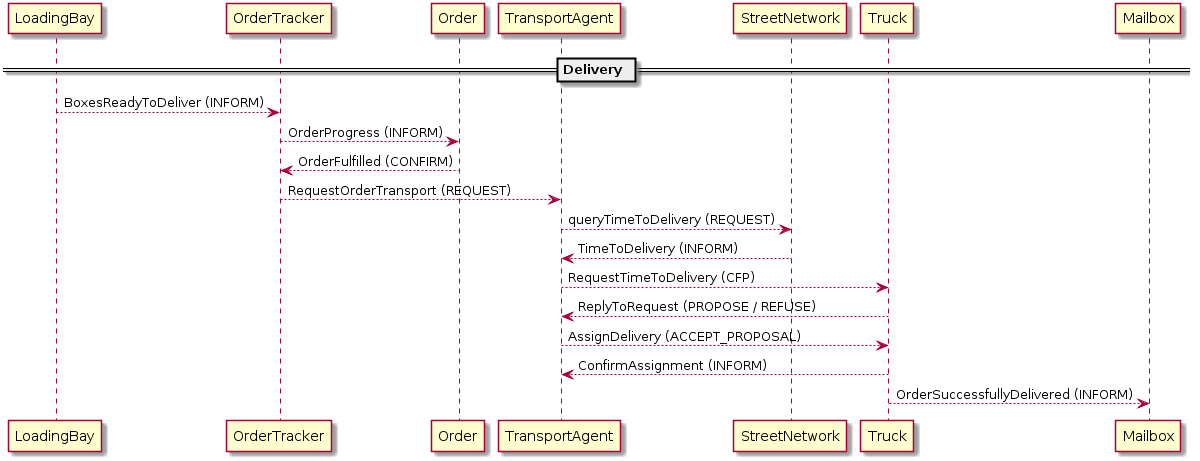
Before: docs/Architecture/Architecture_Delivery.png, a diagram exported from PlantUML (HBRS-MAAS/ws18-project-commitment_issues). Source of this version:
```plantuml
@startuml Architecture_Delivery
skinparam classAttributeIconSize 0

== Delivery ==
LoadingBay --> OrderTracker : BoxesReadyToDeliver (INFORM)

OrderTracker --> Order : OrderProgress (INFORM)
Order --> OrderTracker : OrderFulfilled (CONFIRM)
OrderTracker --> TransportAgent : RequestOrderTransport (REQUEST)
TransportAgent --> StreetNetwork : queryTimeToDelivery (REQUEST)
StreetNetwork ---> TransportAgent : TimeToDelivery (INFORM)

TransportAgent --> Truck : RequestTimeToDelivery (CFP)
Truck --> TransportAgent : ReplyToRequest (PROPOSE / REFUSE)
TransportAgent --> Truck : AssignDelivery (ACCEPT_PROPOSAL)
Truck --> TransportAgent : ConfirmAssignment (INFORM)

Truck --> Mailbox : OrderSuccessfullyDelivered (INFORM)


@enduml
```
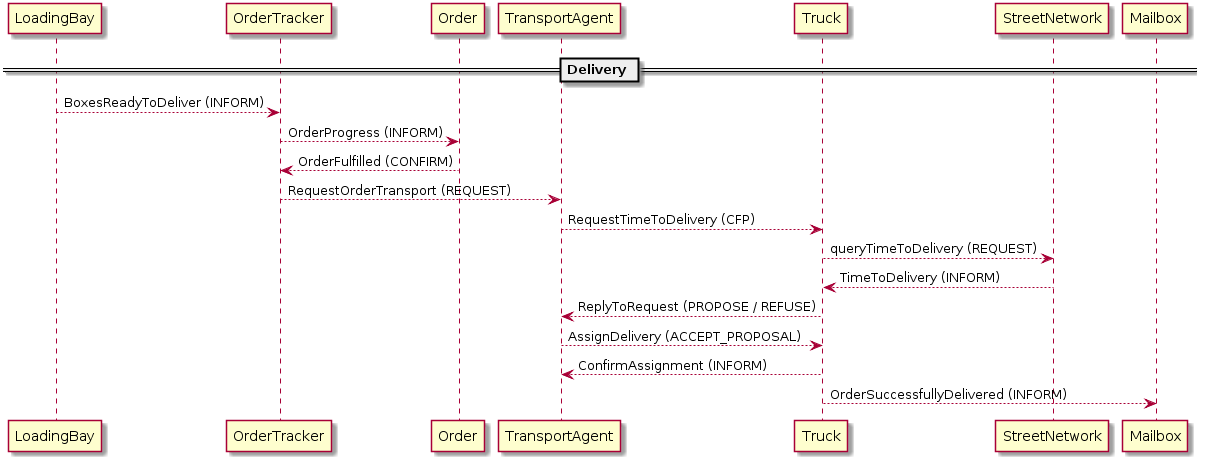
The same diagram one commit later.

Commit message:
Fix the messaging to query delivery time

The edit, as a diff of the source:
```diff
@@ -7,10 +7,10 @@
 OrderTracker --> Order : OrderProgress (INFORM)
 Order --> OrderTracker : OrderFulfilled (CONFIRM)
 OrderTracker --> TransportAgent : RequestOrderTransport (REQUEST)
-TransportAgent --> StreetNetwork : queryTimeToDelivery (REQUEST)
-StreetNetwork ---> TransportAgent : TimeToDelivery (INFORM)
 
 TransportAgent --> Truck : RequestTimeToDelivery (CFP)
+Truck --> StreetNetwork : queryTimeToDelivery (REQUEST)
+StreetNetwork ---> Truck : TimeToDelivery (INFORM)
 Truck --> TransportAgent : ReplyToRequest (PROPOSE / REFUSE)
 TransportAgent --> Truck : AssignDelivery (ACCEPT_PROPOSAL)
 Truck --> TransportAgent : ConfirmAssignment (INFORM)
```
